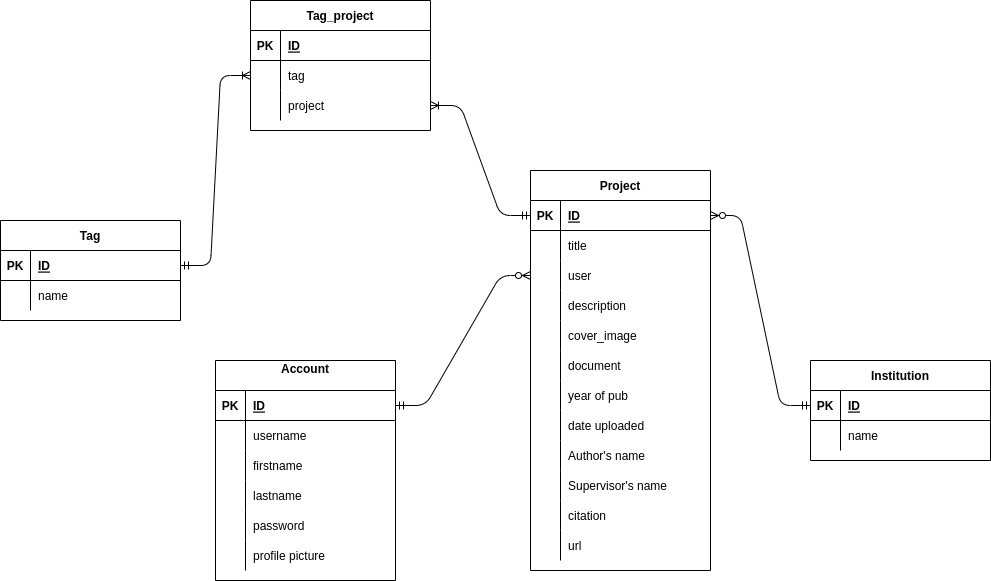
Earlier version of the draw.io export UML/er.drawio.png (Ninioluwa/Project_Repository). Source tidied: cells renumbered, new cells last; positions are measured from the earlier drawing's top-left corner, leaving out a move shared by most shapes.
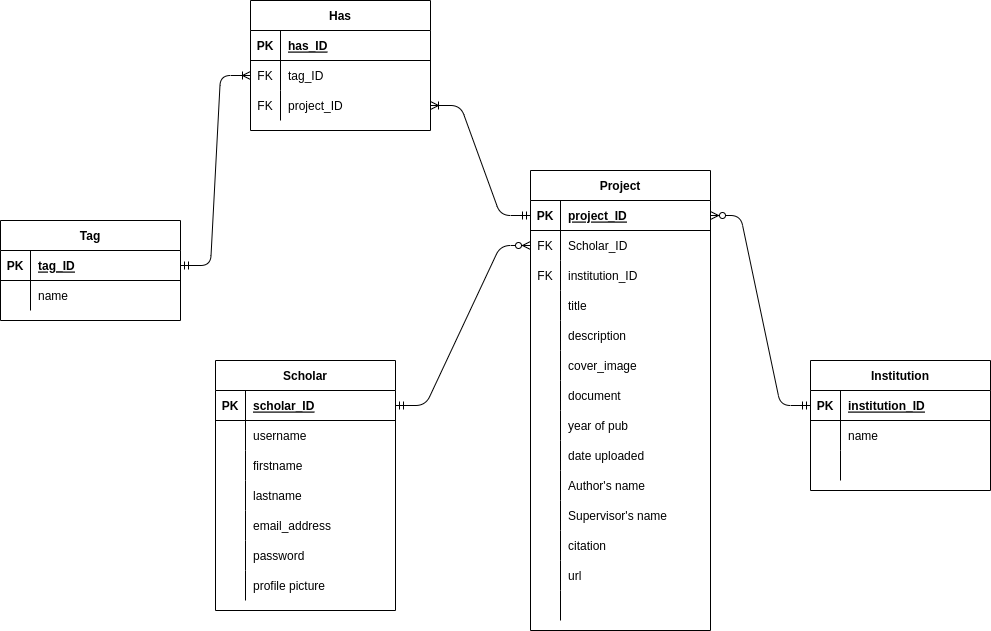
The same file after the commit.

What changed in the source:
```diff
@@ -2,8 +2,8 @@
   <root>
     <mxCell id="0" />
     <mxCell id="1" parent="0" />
-    <mxCell id="2" value="Account&#10;" style="shape=table;startSize=30;rowLines=0;fontStyle=1;align=center;" parent="1" vertex="1">
-      <mxGeometry x="215" y="360" width="180" height="220" as="geometry" />
+    <mxCell id="2" value="Scholar" style="shape=table;startSize=30;rowLines=0;fontStyle=1;align=center;" parent="1" vertex="1">
+      <mxGeometry x="215" y="360" width="180" height="250" as="geometry" />
     </mxCell>
     <mxCell id="3" style="shape=partialRectangle;fillColor=none;top=0;left=0;bottom=1;right=0;points=[[0,0.5],[1,0.5]];portConstraint=eastwest;" parent="2" vertex="1">
       <mxGeometry y="30" width="180" height="30" as="geometry" />
@@ -11,7 +11,7 @@
     <mxCell id="4" value="PK" style="shape=partialRectangle;fillColor=none;top=0;left=0;bottom=0;right=0;fontStyle=1;overflow=hidden;" parent="3" vertex="1">
       <mxGeometry width="30" height="30" as="geometry" />
     </mxCell>
-    <mxCell id="5" value="ID" style="shape=partialRectangle;fillColor=none;top=0;left=0;bottom=0;right=0;align=left;spacingLeft=6;fontStyle=5;overflow=hidden;" parent="3" vertex="1">
+    <mxCell id="5" value="scholar_ID" style="shape=partialRectangle;fillColor=none;top=0;left=0;bottom=0;right=0;align=left;spacingLeft=6;fontStyle=5;overflow=hidden;" parent="3" vertex="1">
       <mxGeometry x="30" width="150" height="30" as="geometry" />
     </mxCell>
     <mxCell id="6" style="shape=partialRectangle;fillColor=none;top=0;left=0;bottom=0;right=0;" parent="2" vertex="1">
@@ -41,8 +41,17 @@
     <mxCell id="14" value="lastname" style="shape=partialRectangle;fillColor=none;top=0;left=0;bottom=0;right=0;align=left;spacingLeft=6;overflow=hidden;" parent="12" vertex="1">
       <mxGeometry x="30" width="150" height="30" as="geometry" />
     </mxCell>
+    <mxCell id="86" style="shape=partialRectangle;fillColor=none;top=0;left=0;bottom=0;right=0;" parent="2" vertex="1">
+      <mxGeometry y="150" width="180" height="30" as="geometry" />
+    </mxCell>
+    <mxCell id="87" style="shape=partialRectangle;fillColor=none;top=0;left=0;bottom=0;right=0;overflow=hidden;" parent="86" vertex="1">
+      <mxGeometry width="30" height="30" as="geometry" />
+    </mxCell>
+    <mxCell id="88" value="email_address" style="shape=partialRectangle;fillColor=none;top=0;left=0;bottom=0;right=0;align=left;spacingLeft=6;overflow=hidden;" parent="86" vertex="1">
+      <mxGeometry x="30" width="150" height="30" as="geometry" />
+    </mxCell>
     <mxCell id="15" style="shape=partialRectangle;fillColor=none;top=0;left=0;bottom=0;right=0;" parent="2" vertex="1">
-      <mxGeometry y="150" width="180" height="30" as="geometry" />
+      <mxGeometry y="180" width="180" height="30" as="geometry" />
     </mxCell>
     <mxCell id="16" style="shape=partialRectangle;fillColor=none;top=0;left=0;bottom=0;right=0;overflow=hidden;" parent="15" vertex="1">
       <mxGeometry width="30" height="30" as="geometry" />
@@ -51,7 +60,7 @@
       <mxGeometry x="30" width="150" height="30" as="geometry" />
     </mxCell>
     <mxCell id="18" style="shape=partialRectangle;fillColor=none;top=0;left=0;bottom=0;right=0;" parent="2" vertex="1">
-      <mxGeometry y="180" width="180" height="30" as="geometry" />
+      <mxGeometry y="210" width="180" height="30" as="geometry" />
     </mxCell>
     <mxCell id="19" style="shape=partialRectangle;fillColor=none;top=0;left=0;bottom=0;right=0;overflow=hidden;" parent="18" vertex="1">
       <mxGeometry width="30" height="30" as="geometry" />
@@ -60,7 +69,7 @@
       <mxGeometry x="30" width="150" height="30" as="geometry" />
     </mxCell>
     <mxCell id="21" value="Project" style="shape=table;startSize=30;rowLines=0;fontStyle=1;align=center;" parent="1" vertex="1">
-      <mxGeometry x="530" y="170" width="180" height="400" as="geometry" />
+      <mxGeometry x="530" y="170" width="180" height="460" as="geometry" />
     </mxCell>
     <mxCell id="22" style="shape=partialRectangle;fillColor=none;top=0;left=0;bottom=1;right=0;points=[[0,0.5],[1,0.5]];portConstraint=eastwest;" parent="21" vertex="1">
       <mxGeometry y="30" width="180" height="30" as="geometry" />
@@ -68,11 +77,29 @@
     <mxCell id="23" value="PK" style="shape=partialRectangle;fillColor=none;top=0;left=0;bottom=0;right=0;fontStyle=1;overflow=hidden;" parent="22" vertex="1">
       <mxGeometry width="30" height="30" as="geometry" />
     </mxCell>
-    <mxCell id="24" value="ID" style="shape=partialRectangle;fillColor=none;top=0;left=0;bottom=0;right=0;align=left;spacingLeft=6;fontStyle=5;overflow=hidden;" parent="22" vertex="1">
+    <mxCell id="24" value="project_ID" style="shape=partialRectangle;fillColor=none;top=0;left=0;bottom=0;right=0;align=left;spacingLeft=6;fontStyle=5;overflow=hidden;" parent="22" vertex="1">
       <mxGeometry x="30" width="150" height="30" as="geometry" />
     </mxCell>
+    <mxCell id="28" style="shape=partialRectangle;fillColor=none;top=0;left=0;bottom=0;right=0;points=[[0,0.5],[1,0.5]];portConstraint=eastwest;" parent="21" vertex="1">
+      <mxGeometry y="60" width="180" height="30" as="geometry" />
+    </mxCell>
+    <mxCell id="29" value="FK" style="shape=partialRectangle;fillColor=none;top=0;left=0;bottom=0;right=0;overflow=hidden;" parent="28" vertex="1">
+      <mxGeometry width="30" height="30" as="geometry" />
+    </mxCell>
+    <mxCell id="30" value="Scholar_ID" style="shape=partialRectangle;fillColor=none;top=0;left=0;bottom=0;right=0;align=left;spacingLeft=6;overflow=hidden;" parent="28" vertex="1">
+      <mxGeometry x="30" width="150" height="30" as="geometry" />
+    </mxCell>
+    <mxCell id="89" style="shape=partialRectangle;fillColor=none;top=0;left=0;bottom=0;right=0;" parent="21" vertex="1">
+      <mxGeometry y="90" width="180" height="30" as="geometry" />
+    </mxCell>
+    <mxCell id="90" value="FK" style="shape=partialRectangle;fillColor=none;top=0;left=0;bottom=0;right=0;overflow=hidden;" parent="89" vertex="1">
+      <mxGeometry width="30" height="30" as="geometry" />
+    </mxCell>
+    <mxCell id="91" value="institution_ID" style="shape=partialRectangle;fillColor=none;top=0;left=0;bottom=0;right=0;align=left;spacingLeft=6;overflow=hidden;" parent="89" vertex="1">
+      <mxGeometry x="30" width="150" height="30" as="geometry" />
+    </mxCell>
     <mxCell id="25" style="shape=partialRectangle;fillColor=none;top=0;left=0;bottom=0;right=0;" parent="21" vertex="1">
-      <mxGeometry y="60" width="180" height="30" as="geometry" />
+      <mxGeometry y="120" width="180" height="30" as="geometry" />
     </mxCell>
     <mxCell id="26" style="shape=partialRectangle;fillColor=none;top=0;left=0;bottom=0;right=0;overflow=hidden;" parent="25" vertex="1">
       <mxGeometry width="30" height="30" as="geometry" />
@@ -80,17 +107,8 @@
     <mxCell id="27" value="title" style="shape=partialRectangle;fillColor=none;top=0;left=0;bottom=0;right=0;align=left;spacingLeft=6;overflow=hidden;" parent="25" vertex="1">
       <mxGeometry x="30" width="150" height="30" as="geometry" />
     </mxCell>
-    <mxCell id="28" style="shape=partialRectangle;fillColor=none;top=0;left=0;bottom=0;right=0;points=[[0,0.5],[1,0.5]];portConstraint=eastwest;" parent="21" vertex="1">
-      <mxGeometry y="90" width="180" height="30" as="geometry" />
-    </mxCell>
-    <mxCell id="29" style="shape=partialRectangle;fillColor=none;top=0;left=0;bottom=0;right=0;overflow=hidden;" parent="28" vertex="1">
-      <mxGeometry width="30" height="30" as="geometry" />
-    </mxCell>
-    <mxCell id="30" value="user" style="shape=partialRectangle;fillColor=none;top=0;left=0;bottom=0;right=0;align=left;spacingLeft=6;overflow=hidden;" parent="28" vertex="1">
-      <mxGeometry x="30" width="150" height="30" as="geometry" />
-    </mxCell>
     <mxCell id="31" style="shape=partialRectangle;fillColor=none;top=0;left=0;bottom=0;right=0;" parent="21" vertex="1">
-      <mxGeometry y="120" width="180" height="30" as="geometry" />
+      <mxGeometry y="150" width="180" height="30" as="geometry" />
     </mxCell>
     <mxCell id="32" style="shape=partialRectangle;fillColor=none;top=0;left=0;bottom=0;right=0;overflow=hidden;" parent="31" vertex="1">
       <mxGeometry width="30" height="30" as="geometry" />
@@ -99,7 +117,7 @@
       <mxGeometry x="30" width="150" height="30" as="geometry" />
     </mxCell>
     <mxCell id="34" style="shape=partialRectangle;fillColor=none;top=0;left=0;bottom=0;right=0;" parent="21" vertex="1">
-      <mxGeometry y="150" width="180" height="30" as="geometry" />
+      <mxGeometry y="180" width="180" height="30" as="geometry" />
     </mxCell>
     <mxCell id="35" style="shape=partialRectangle;fillColor=none;top=0;left=0;bottom=0;right=0;overflow=hidden;" parent="34" vertex="1">
       <mxGeometry width="30" height="30" as="geometry" />
@@ -108,7 +126,7 @@
       <mxGeometry x="30" width="150" height="30" as="geometry" />
     </mxCell>
     <mxCell id="37" style="shape=partialRectangle;fillColor=none;top=0;left=0;bottom=0;right=0;" parent="21" vertex="1">
-      <mxGeometry y="180" width="180" height="30" as="geometry" />
+      <mxGeometry y="210" width="180" height="30" as="geometry" />
     </mxCell>
     <mxCell id="38" style="shape=partialRectangle;fillColor=none;top=0;left=0;bottom=0;right=0;overflow=hidden;" parent="37" vertex="1">
       <mxGeometry width="30" height="30" as="geometry" />
@@ -117,7 +135,7 @@
       <mxGeometry x="30" width="150" height="30" as="geometry" />
     </mxCell>
     <mxCell id="40" style="shape=partialRectangle;fillColor=none;top=0;left=0;bottom=0;right=0;" parent="21" vertex="1">
-      <mxGeometry y="210" width="180" height="30" as="geometry" />
+      <mxGeometry y="240" width="180" height="30" as="geometry" />
     </mxCell>
     <mxCell id="41" style="shape=partialRectangle;fillColor=none;top=0;left=0;bottom=0;right=0;overflow=hidden;" parent="40" vertex="1">
       <mxGeometry width="30" height="30" as="geometry" />
@@ -126,7 +144,7 @@
       <mxGeometry x="30" width="150" height="30" as="geometry" />
     </mxCell>
     <mxCell id="43" style="shape=partialRectangle;fillColor=none;top=0;left=0;bottom=0;right=0;" parent="21" vertex="1">
-      <mxGeometry y="240" width="180" height="30" as="geometry" />
+      <mxGeometry y="270" width="180" height="30" as="geometry" />
     </mxCell>
     <mxCell id="44" style="shape=partialRectangle;fillColor=none;top=0;left=0;bottom=0;right=0;overflow=hidden;" parent="43" vertex="1">
       <mxGeometry width="30" height="30" as="geometry" />
@@ -135,7 +153,7 @@
       <mxGeometry x="30" width="150" height="30" as="geometry" />
     </mxCell>
     <mxCell id="46" style="shape=partialRectangle;fillColor=none;top=0;left=0;bottom=0;right=0;" parent="21" vertex="1">
-      <mxGeometry y="270" width="180" height="30" as="geometry" />
+      <mxGeometry y="300" width="180" height="30" as="geometry" />
     </mxCell>
     <mxCell id="47" style="shape=partialRectangle;fillColor=none;top=0;left=0;bottom=0;right=0;overflow=hidden;" parent="46" vertex="1">
       <mxGeometry width="30" height="30" as="geometry" />
@@ -144,7 +162,7 @@
       <mxGeometry x="30" width="150" height="30" as="geometry" />
     </mxCell>
     <mxCell id="49" style="shape=partialRectangle;fillColor=none;top=0;left=0;bottom=0;right=0;" parent="21" vertex="1">
-      <mxGeometry y="300" width="180" height="30" as="geometry" />
+      <mxGeometry y="330" width="180" height="30" as="geometry" />
     </mxCell>
     <mxCell id="50" style="shape=partialRectangle;fillColor=none;top=0;left=0;bottom=0;right=0;overflow=hidden;" parent="49" vertex="1">
       <mxGeometry width="30" height="30" as="geometry" />
@@ -153,7 +171,7 @@
       <mxGeometry x="30" width="150" height="30" as="geometry" />
     </mxCell>
     <mxCell id="52" style="shape=partialRectangle;fillColor=none;top=0;left=0;bottom=0;right=0;" parent="21" vertex="1">
-      <mxGeometry y="330" width="180" height="30" as="geometry" />
+      <mxGeometry y="360" width="180" height="30" as="geometry" />
     </mxCell>
     <mxCell id="53" style="shape=partialRectangle;fillColor=none;top=0;left=0;bottom=0;right=0;overflow=hidden;" parent="52" vertex="1">
       <mxGeometry width="30" height="30" as="geometry" />
@@ -162,7 +180,7 @@
       <mxGeometry x="30" width="150" height="30" as="geometry" />
     </mxCell>
     <mxCell id="55" style="shape=partialRectangle;fillColor=none;top=0;left=0;bottom=0;right=0;" parent="21" vertex="1">
-      <mxGeometry y="360" width="180" height="30" as="geometry" />
+      <mxGeometry y="390" width="180" height="30" as="geometry" />
     </mxCell>
     <mxCell id="56" style="shape=partialRectangle;fillColor=none;top=0;left=0;bottom=0;right=0;overflow=hidden;" parent="55" vertex="1">
       <mxGeometry width="30" height="30" as="geometry" />
@@ -170,6 +188,15 @@
     <mxCell id="57" value="url" style="shape=partialRectangle;fillColor=none;top=0;left=0;bottom=0;right=0;align=left;spacingLeft=6;overflow=hidden;" parent="55" vertex="1">
       <mxGeometry x="30" width="150" height="30" as="geometry" />
     </mxCell>
+    <mxCell id="92" style="shape=partialRectangle;fillColor=none;top=0;left=0;bottom=0;right=0;" parent="21" vertex="1">
+      <mxGeometry y="420" width="180" height="30" as="geometry" />
+    </mxCell>
+    <mxCell id="93" style="shape=partialRectangle;fillColor=none;top=0;left=0;bottom=0;right=0;overflow=hidden;" parent="92" vertex="1">
+      <mxGeometry width="30" height="30" as="geometry" />
+    </mxCell>
+    <mxCell id="94" style="shape=partialRectangle;fillColor=none;top=0;left=0;bottom=0;right=0;align=left;spacingLeft=6;overflow=hidden;" parent="92" vertex="1">
+      <mxGeometry x="30" width="150" height="30" as="geometry" />
+    </mxCell>
     <mxCell id="58" style="edgeStyle=entityRelationEdgeStyle;fontSize=12;html=1;endArrow=ERzeroToMany;startArrow=ERmandOne;exitX=1;exitY=0.5;exitDx=0;exitDy=0;entryX=0;entryY=0.5;entryDx=0;entryDy=0;" parent="1" edge="1" source="3" target="28">
       <mxGeometry relative="1" as="geometry" />
     </mxCell>
@@ -182,7 +209,7 @@
     <mxCell id="61" value="PK" style="shape=partialRectangle;fillColor=none;top=0;left=0;bottom=0;right=0;fontStyle=1;overflow=hidden;" parent="60" vertex="1">
       <mxGeometry width="30" height="30" as="geometry" />
     </mxCell>
-    <mxCell id="62" value="ID" style="shape=partialRectangle;fillColor=none;top=0;left=0;bottom=0;right=0;align=left;spacingLeft=6;fontStyle=5;overflow=hidden;" parent="60" vertex="1">
+    <mxCell id="62" value="tag_ID" style="shape=partialRectangle;fillColor=none;top=0;left=0;bottom=0;right=0;align=left;spacingLeft=6;fontStyle=5;overflow=hidden;" parent="60" vertex="1">
       <mxGeometry x="30" width="150" height="30" as="geometry" />
     </mxCell>
     <mxCell id="63" style="shape=partialRectangle;fillColor=none;top=0;left=0;bottom=0;right=0;" parent="59" vertex="1">
@@ -194,7 +221,7 @@
     <mxCell id="65" value="name" style="shape=partialRectangle;fillColor=none;top=0;left=0;bottom=0;right=0;align=left;spacingLeft=6;overflow=hidden;" parent="63" vertex="1">
       <mxGeometry x="30" width="150" height="30" as="geometry" />
     </mxCell>
-    <mxCell id="66" value="Tag_project" style="shape=table;startSize=30;rowLines=0;fontStyle=1;align=center;" parent="1" vertex="1">
+    <mxCell id="66" value="Has" style="shape=table;startSize=30;rowLines=0;fontStyle=1;align=center;" parent="1" vertex="1">
       <mxGeometry x="250" width="180" height="130" as="geometry" />
     </mxCell>
     <mxCell id="67" style="shape=partialRectangle;fillColor=none;top=0;left=0;bottom=1;right=0;" parent="66" vertex="1">
@@ -203,25 +230,25 @@
     <mxCell id="68" value="PK" style="shape=partialRectangle;fillColor=none;top=0;left=0;bottom=0;right=0;fontStyle=1;overflow=hidden;" parent="67" vertex="1">
       <mxGeometry width="30" height="30" as="geometry" />
     </mxCell>
-    <mxCell id="69" value="ID" style="shape=partialRectangle;fillColor=none;top=0;left=0;bottom=0;right=0;align=left;spacingLeft=6;fontStyle=5;overflow=hidden;" parent="67" vertex="1">
+    <mxCell id="69" value="has_ID" style="shape=partialRectangle;fillColor=none;top=0;left=0;bottom=0;right=0;align=left;spacingLeft=6;fontStyle=5;overflow=hidden;" parent="67" vertex="1">
       <mxGeometry x="30" width="150" height="30" as="geometry" />
     </mxCell>
     <mxCell id="70" style="shape=partialRectangle;fillColor=none;top=0;left=0;bottom=0;right=0;points=[[0,0.5],[1,0.5]];portConstraint=eastwest;" parent="66" vertex="1">
       <mxGeometry y="60" width="180" height="30" as="geometry" />
     </mxCell>
-    <mxCell id="71" style="shape=partialRectangle;fillColor=none;top=0;left=0;bottom=0;right=0;overflow=hidden;" parent="70" vertex="1">
+    <mxCell id="71" value="FK" style="shape=partialRectangle;fillColor=none;top=0;left=0;bottom=0;right=0;overflow=hidden;" parent="70" vertex="1">
       <mxGeometry width="30" height="30" as="geometry" />
     </mxCell>
-    <mxCell id="72" value="tag" style="shape=partialRectangle;fillColor=none;top=0;left=0;bottom=0;right=0;align=left;spacingLeft=6;overflow=hidden;" parent="70" vertex="1">
+    <mxCell id="72" value="tag_ID" style="shape=partialRectangle;fillColor=none;top=0;left=0;bottom=0;right=0;align=left;spacingLeft=6;overflow=hidden;" parent="70" vertex="1">
       <mxGeometry x="30" width="150" height="30" as="geometry" />
     </mxCell>
     <mxCell id="73" style="shape=partialRectangle;fillColor=none;top=0;left=0;bottom=0;right=0;points=[[0,0.5],[1,0.5]];portConstraint=eastwest;" parent="66" vertex="1">
       <mxGeometry y="90" width="180" height="30" as="geometry" />
     </mxCell>
-    <mxCell id="74" style="shape=partialRectangle;fillColor=none;top=0;left=0;bottom=0;right=0;overflow=hidden;" parent="73" vertex="1">
+    <mxCell id="74" value="FK" style="shape=partialRectangle;fillColor=none;top=0;left=0;bottom=0;right=0;overflow=hidden;" parent="73" vertex="1">
       <mxGeometry width="30" height="30" as="geometry" />
     </mxCell>
-    <mxCell id="75" value="project" style="shape=partialRectangle;fillColor=none;top=0;left=0;bottom=0;right=0;align=left;spacingLeft=6;overflow=hidden;" parent="73" vertex="1">
+    <mxCell id="75" value="project_ID" style="shape=partialRectangle;fillColor=none;top=0;left=0;bottom=0;right=0;align=left;spacingLeft=6;overflow=hidden;" parent="73" vertex="1">
       <mxGeometry x="30" width="150" height="30" as="geometry" />
     </mxCell>
     <mxCell id="76" style="edgeStyle=entityRelationEdgeStyle;fontSize=12;html=1;endArrow=ERoneToMany;startArrow=ERmandOne;exitX=1;exitY=0.5;exitDx=0;exitDy=0;entryX=0;entryY=0.5;entryDx=0;entryDy=0;" parent="1" edge="1" source="60" target="70">
@@ -231,7 +258,7 @@
       <mxGeometry relative="1" as="geometry" />
     </mxCell>
     <mxCell id="78" value="Institution" style="shape=table;startSize=30;rowLines=0;fontStyle=1;align=center;" parent="1" vertex="1">
-      <mxGeometry x="810" y="360" width="180" height="100" as="geometry" />
+      <mxGeometry x="810" y="360" width="180" height="130" as="geometry" />
     </mxCell>
     <mxCell id="79" style="shape=partialRectangle;fillColor=none;top=0;left=0;bottom=1;right=0;points=[[0,0.5],[1,0.5]];portConstraint=eastwest;" parent="78" vertex="1">
       <mxGeometry y="30" width="180" height="30" as="geometry" />
@@ -239,7 +266,7 @@
     <mxCell id="80" value="PK" style="shape=partialRectangle;fillColor=none;top=0;left=0;bottom=0;right=0;fontStyle=1;overflow=hidden;" parent="79" vertex="1">
       <mxGeometry width="30" height="30" as="geometry" />
     </mxCell>
-    <mxCell id="81" value="ID" style="shape=partialRectangle;fillColor=none;top=0;left=0;bottom=0;right=0;align=left;spacingLeft=6;fontStyle=5;overflow=hidden;" parent="79" vertex="1">
+    <mxCell id="81" value="institution_ID" style="shape=partialRectangle;fillColor=none;top=0;left=0;bottom=0;right=0;align=left;spacingLeft=6;fontStyle=5;overflow=hidden;" parent="79" vertex="1">
       <mxGeometry x="30" width="150" height="30" as="geometry" />
     </mxCell>
     <mxCell id="82" style="shape=partialRectangle;fillColor=none;top=0;left=0;bottom=0;right=0;" parent="78" vertex="1">
@@ -251,6 +278,15 @@
     <mxCell id="84" value="name" style="shape=partialRectangle;fillColor=none;top=0;left=0;bottom=0;right=0;align=left;spacingLeft=6;overflow=hidden;" parent="82" vertex="1">
       <mxGeometry x="30" width="150" height="30" as="geometry" />
     </mxCell>
+    <mxCell id="95" style="shape=partialRectangle;fillColor=none;top=0;left=0;bottom=0;right=0;" parent="78" vertex="1">
+      <mxGeometry y="90" width="180" height="30" as="geometry" />
+    </mxCell>
+    <mxCell id="96" style="shape=partialRectangle;fillColor=none;top=0;left=0;bottom=0;right=0;overflow=hidden;" parent="95" vertex="1">
+      <mxGeometry width="30" height="30" as="geometry" />
+    </mxCell>
+    <mxCell id="97" style="shape=partialRectangle;fillColor=none;top=0;left=0;bottom=0;right=0;align=left;spacingLeft=6;overflow=hidden;" parent="95" vertex="1">
+      <mxGeometry x="30" width="150" height="30" as="geometry" />
+    </mxCell>
     <mxCell id="85" style="edgeStyle=entityRelationEdgeStyle;fontSize=12;html=1;endArrow=ERzeroToMany;startArrow=ERmandOne;exitX=0;exitY=0.5;exitDx=0;exitDy=0;entryX=1;entryY=0.5;entryDx=0;entryDy=0;" parent="1" edge="1" source="79" target="22">
       <mxGeometry relative="1" as="geometry" />
     </mxCell>
```
